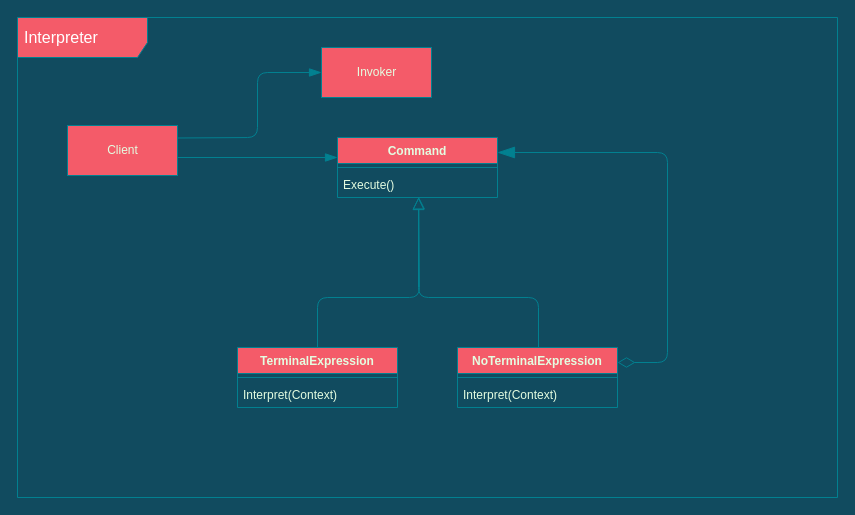
The draw.io diagram rhca.drawio in fanyixuanf/rhca, before the edit. Source tidied: cells renumbered, new cells numbered last; positions are measured from the earlier drawing's top-left corner, leaving out a move shared by most shapes. Both pictures are drawn from the tidied source at 100%, with x=0, y=0 at pixel (17, 17).
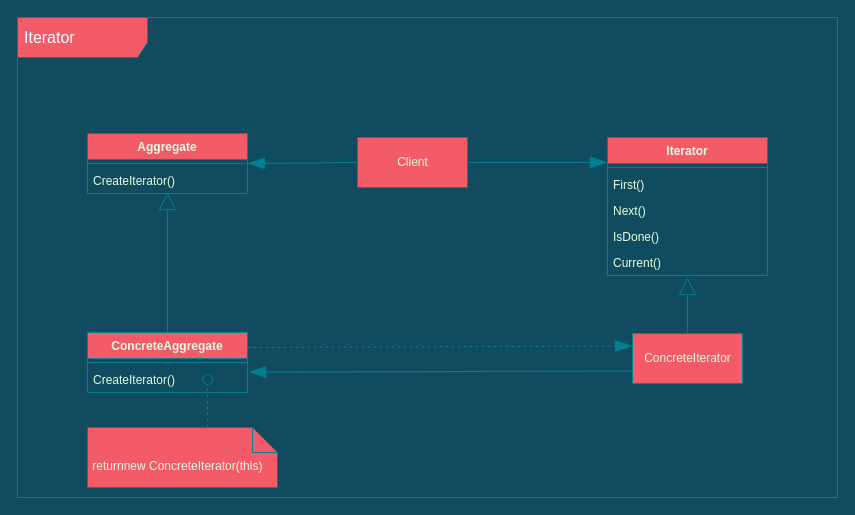
The same diagram, later.

The edit, as a diff of the source:
```diff
@@
-    <mxCell id="2" value="&lt;font color=&quot;#ffffff&quot;&gt;&lt;span style=&quot;font-size: 16px&quot;&gt;Interpreter&lt;/span&gt;&lt;/font&gt;" style="shape=umlFrame;whiteSpace=wrap;html=1;width=130;height=40;boundedLbl=1;verticalAlign=middle;align=left;spacingLeft=5;fillColor=#F45B69;strokeColor=#028090;fontColor=#E4FDE1;" parent="1" vertex="1">
+    <mxCell id="2" value="&lt;font color=&quot;#ffffff&quot;&gt;&lt;span style=&quot;font-size: 16px&quot;&gt;Iterator&lt;/span&gt;&lt;/font&gt;" style="shape=umlFrame;whiteSpace=wrap;html=1;width=130;height=40;boundedLbl=1;verticalAlign=middle;align=left;spacingLeft=5;fillColor=#F45B69;strokeColor=#028090;fontColor=#E4FDE1;" parent="1" vertex="1">
       <mxGeometry width="820" height="480" as="geometry" />
     </mxCell>
-    <mxCell id="3" value="Command" style="swimlane;fontStyle=1;align=center;verticalAlign=top;horizontal=1;startSize=26;rounded=0;sketch=0;fontColor=#E4FDE1;strokeColor=#028090;fillColor=#F45B69;" parent="1" vertex="1">
-      <mxGeometry x="320" y="120" width="160" height="60" as="geometry" />
+    <mxCell id="3" value="Aggregate" style="swimlane;fontStyle=1;align=center;verticalAlign=top;horizontal=1;startSize=26;rounded=0;sketch=0;fontColor=#E4FDE1;strokeColor=#028090;fillColor=#F45B69;" parent="1" vertex="1">
+      <mxGeometry x="70" y="116" width="160" height="60" as="geometry" />
     </mxCell>
@@
-    <mxCell id="5" value="Execute()" style="text;strokeColor=none;fillColor=none;align=left;verticalAlign=top;spacingLeft=4;spacingRight=4;overflow=hidden;points=[[0,0.5],[1,0.5]];portConstraint=eastwest;rounded=0;sketch=0;fontColor=#E4FDE1;" parent="3" vertex="1">
+    <mxCell id="5" value="CreateIterator()" style="text;strokeColor=none;fillColor=none;align=left;verticalAlign=top;spacingLeft=4;spacingRight=4;overflow=hidden;points=[[0,0.5],[1,0.5]];portConstraint=eastwest;rounded=0;sketch=0;fontColor=#E4FDE1;" parent="3" vertex="1">
       <mxGeometry y="34" width="160" height="26" as="geometry" />
     </mxCell>
     <mxCell id="6" value="Client" style="html=1;rounded=0;sketch=0;fontColor=#E4FDE1;strokeColor=#028090;fillColor=#F45B69;" parent="1" vertex="1">
-      <mxGeometry x="50" y="108" width="110" height="50" as="geometry" />
+      <mxGeometry x="340" y="120" width="110" height="50" as="geometry" />
     </mxCell>
-    <mxCell id="7" value="Invoker" style="html=1;rounded=0;sketch=0;fontColor=#E4FDE1;strokeColor=#028090;fillColor=#F45B69;" parent="1" vertex="1">
-      <mxGeometry x="304" y="30" width="110" height="50" as="geometry" />
-    </mxCell>
-    <mxCell id="8" value="NoTerminalExpression" style="swimlane;fontStyle=1;align=center;verticalAlign=top;horizontal=1;startSize=26;rounded=0;sketch=0;fontColor=#E4FDE1;strokeColor=#028090;fillColor=#F45B69;" parent="1" vertex="1">
-      <mxGeometry x="440" y="330" width="160" height="60" as="geometry" />
-    </mxCell>
-    <mxCell id="9" style="line;strokeWidth=1;fillColor=none;align=left;verticalAlign=middle;spacingTop=-1;spacingLeft=3;spacingRight=3;labelPosition=right;points=[];portConstraint=eastwest;rounded=0;sketch=0;fontColor=#E4FDE1;strokeColor=#028090;labelBackgroundColor=#114B5F;" parent="8" vertex="1">
-      <mxGeometry y="26" width="160" height="8" as="geometry" />
-    </mxCell>
-    <mxCell id="10" value="Interpret(Context)" style="text;strokeColor=none;fillColor=none;align=left;verticalAlign=top;spacingLeft=4;spacingRight=4;overflow=hidden;rounded=0;sketch=0;fontColor=#E4FDE1;" parent="8" vertex="1">
-      <mxGeometry y="34" width="160" height="26" as="geometry" />
-    </mxCell>
-    <mxCell id="11" value="TerminalExpression" style="swimlane;fontStyle=1;align=center;verticalAlign=top;horizontal=1;startSize=26;rounded=0;sketch=0;fontColor=#E4FDE1;strokeColor=#028090;fillColor=#F45B69;" parent="1" vertex="1">
-      <mxGeometry x="220" y="330" width="160" height="60" as="geometry" />
+    <mxCell id="11" value="ConcreteAggregate" style="swimlane;fontStyle=1;align=center;verticalAlign=top;horizontal=1;startSize=26;rounded=0;sketch=0;fontColor=#E4FDE1;strokeColor=#028090;fillColor=#F45B69;" parent="1" vertex="1">
+      <mxGeometry x="70" y="315" width="160" height="60" as="geometry" />
     </mxCell>
@@
-    <mxCell id="13" value="Interpret(Context)" style="text;strokeColor=none;fillColor=none;align=left;verticalAlign=top;spacingLeft=4;spacingRight=4;overflow=hidden;points=[[0,0.5],[1,0.5]];portConstraint=eastwest;rounded=0;sketch=0;fontColor=#E4FDE1;" parent="11" vertex="1">
+    <mxCell id="13" value="CreateIterator()" style="text;strokeColor=none;fillColor=none;align=left;verticalAlign=top;spacingLeft=4;spacingRight=4;overflow=hidden;points=[[0,0.5],[1,0.5]];portConstraint=eastwest;rounded=0;sketch=0;fontColor=#E4FDE1;" parent="11" vertex="1">
       <mxGeometry y="34" width="160" height="26" as="geometry" />
     </mxCell>
-    <mxCell id="14" style="endArrow=blockThin;startArrow=none;endFill=1;startFill=0;endSize=10;html=1;verticalAlign=bottom;labelBackgroundColor=none;rounded=1;sketch=0;fontColor=#E4FDE1;strokeColor=#028090;fillColor=#F45B69;jumpSize=8;startSize=10;exitX=1;exitY=0.25;exitDx=0;exitDy=0;entryX=0;entryY=0.5;entryDx=0;entryDy=0;" parent="1" edge="1" source="6" target="7">
-      <mxGeometry relative="1" as="geometry">
-        <Array as="points">
-          <mxPoint x="240" y="120" />
-          <mxPoint x="240" y="55" />
-        </Array>
-      </mxGeometry>
-    </mxCell>
-    <mxCell id="15" style="html=1;verticalAlign=bottom;labelBackgroundColor=none;endArrow=blockThin;endFill=1;rounded=1;sketch=0;fontColor=#E4FDE1;startSize=10;endSize=10;strokeColor=#028090;fillColor=#F45B69;jumpSize=8;" parent="1" edge="1">
-      <mxGeometry relative="1" as="geometry">
-        <mxPoint x="160" y="140" as="sourcePoint" />
-        <mxPoint x="320" y="140" as="targetPoint" />
-      </mxGeometry>
-    </mxCell>
-    <mxCell id="16" style="html=1;verticalAlign=bottom;labelBackgroundColor=none;endArrow=block;endFill=0;rounded=1;sketch=0;fontColor=#E4FDE1;startSize=10;endSize=10;strokeColor=#028090;fillColor=#F45B69;jumpSize=8;entryX=0.508;entryY=0.974;entryDx=0;entryDy=0;entryPerimeter=0;exitX=0.5;exitY=0;exitDx=0;exitDy=0;" parent="1" edge="1" source="11" target="5">
-      <mxGeometry relative="1" as="geometry">
-        <Array as="points">
-          <mxPoint x="300" y="280" />
-          <mxPoint x="402" y="280" />
-        </Array>
-      </mxGeometry>
-    </mxCell>
-    <mxCell id="17" style="html=1;verticalAlign=bottom;labelBackgroundColor=none;endArrow=block;endFill=0;rounded=1;sketch=0;fontColor=#E4FDE1;startSize=10;endSize=10;strokeColor=#028090;fillColor=#F45B69;jumpSize=8;exitX=0.5;exitY=0;exitDx=0;exitDy=0;" parent="1" edge="1">
-      <mxGeometry relative="1" as="geometry">
-        <mxPoint x="521" y="330" as="sourcePoint" />
-        <mxPoint x="401" y="180" as="targetPoint" />
-        <Array as="points">
-          <mxPoint x="521" y="280" />
-          <mxPoint x="401" y="280" />
-        </Array>
-      </mxGeometry>
-    </mxCell>
-    <mxCell id="18" style="endArrow=diamondThin;startArrow=blockThin;endFill=0;startFill=1;html=1;rounded=1;sketch=0;fontColor=#E4FDE1;startSize=15;endSize=15;strokeColor=#028090;fillColor=#F45B69;jumpSize=10;strokeWidth=1;targetPerimeterSpacing=10;sourcePerimeterSpacing=5;entryX=1;entryY=0.25;entryDx=0;entryDy=0;exitX=1;exitY=0.25;exitDx=0;exitDy=0;" parent="1" edge="1" source="3" target="8">
-      <mxGeometry relative="1" as="geometry">
-        <Array as="points">
-          <mxPoint x="650" y="135" />
-          <mxPoint x="650" y="345" />
-        </Array>
-      </mxGeometry>
-    </mxCell>
+    <mxCell id="19" value="Iterator" style="swimlane;fontStyle=1;align=center;verticalAlign=top;horizontal=1;startSize=26;rounded=0;sketch=0;fontColor=#E4FDE1;strokeColor=#028090;fillColor=#F45B69;" parent="1" vertex="1">
+      <mxGeometry x="590" y="120" width="160" height="138" as="geometry" />
+    </mxCell>
+    <mxCell id="9" style="line;strokeWidth=1;fillColor=none;align=left;verticalAlign=middle;spacingTop=-1;spacingLeft=3;spacingRight=3;labelPosition=right;points=[];portConstraint=eastwest;rounded=0;sketch=0;fontColor=#E4FDE1;strokeColor=#028090;labelBackgroundColor=#114B5F;" parent="19" vertex="1">
+      <mxGeometry y="26" width="160" height="8" as="geometry" />
+    </mxCell>
+    <mxCell id="20" value="First()" style="text;strokeColor=none;fillColor=none;align=left;verticalAlign=top;spacingLeft=4;spacingRight=4;overflow=hidden;rounded=0;sketch=0;fontColor=#E4FDE1;" parent="19" vertex="1">
+      <mxGeometry y="34" width="160" height="26" as="geometry" />
+    </mxCell>
+    <mxCell id="21" value="Next()" style="text;strokeColor=none;fillColor=none;align=left;verticalAlign=top;spacingLeft=4;spacingRight=4;overflow=hidden;rounded=0;sketch=0;fontColor=#E4FDE1;" parent="19" vertex="1">
+      <mxGeometry y="60" width="160" height="26" as="geometry" />
+    </mxCell>
+    <mxCell id="22" value="IsDone()" style="text;strokeColor=none;fillColor=none;align=left;verticalAlign=top;spacingLeft=4;spacingRight=4;overflow=hidden;rounded=0;sketch=0;fontColor=#E4FDE1;" parent="19" vertex="1">
+      <mxGeometry y="86" width="160" height="26" as="geometry" />
+    </mxCell>
+    <mxCell id="23" value="Current()" style="text;strokeColor=none;fillColor=none;align=left;verticalAlign=top;spacingLeft=4;spacingRight=4;overflow=hidden;rounded=0;sketch=0;fontColor=#E4FDE1;" parent="19" vertex="1">
+      <mxGeometry y="112" width="160" height="26" as="geometry" />
+    </mxCell>
+    <mxCell id="24" value="ConcreteIterator" style="html=1;rounded=0;sketch=0;fontColor=#E4FDE1;strokeColor=#028090;fillColor=#F45B69;" parent="1" vertex="1">
+      <mxGeometry x="615" y="316" width="110" height="50" as="geometry" />
+    </mxCell>
+    <mxCell id="25" value="&amp;nbsp;returnnew ConcreteIterator(this)" style="shape=note2;boundedLbl=1;whiteSpace=wrap;html=1;size=25;verticalAlign=top;align=left;rounded=0;sketch=0;fontColor=#E4FDE1;strokeColor=#028090;fillColor=#F45B69;" parent="1" vertex="1">
+      <mxGeometry x="70" y="410" width="190" height="60" as="geometry" />
+    </mxCell>
+    <mxCell id="26" style="html=1;verticalAlign=bottom;labelBackgroundColor=none;endArrow=blockThin;endFill=1;rounded=1;sketch=0;fontColor=#E4FDE1;startSize=15;endSize=15;sourcePerimeterSpacing=5;targetPerimeterSpacing=10;strokeColor=#028090;strokeWidth=1;fillColor=#F45B69;jumpSize=10;exitX=1;exitY=0.5;exitDx=0;exitDy=0;entryX=0;entryY=-0.125;entryDx=0;entryDy=0;entryPerimeter=0;" parent="1" edge="1" source="6" target="9">
+      <mxGeometry relative="1" as="geometry" />
+    </mxCell>
+    <mxCell id="27" style="html=1;verticalAlign=bottom;labelBackgroundColor=none;endArrow=blockThin;endFill=1;rounded=1;sketch=0;fontColor=#E4FDE1;startSize=15;endSize=15;sourcePerimeterSpacing=5;targetPerimeterSpacing=10;strokeColor=#028090;strokeWidth=1;fillColor=#F45B69;jumpSize=10;exitX=0;exitY=0.5;exitDx=0;exitDy=0;entryX=1;entryY=0.5;entryDx=0;entryDy=0;" parent="1" edge="1" source="6" target="3">
+      <mxGeometry relative="1" as="geometry" />
+    </mxCell>
+    <mxCell id="28" style="html=1;verticalAlign=bottom;labelBackgroundColor=none;endArrow=blockThin;endFill=1;rounded=1;sketch=0;fontColor=#E4FDE1;startSize=15;endSize=15;sourcePerimeterSpacing=5;targetPerimeterSpacing=10;strokeColor=#028090;strokeWidth=1;fillColor=#F45B69;jumpSize=10;exitX=0;exitY=0.75;exitDx=0;exitDy=0;entryX=1.008;entryY=0.218;entryDx=0;entryDy=0;entryPerimeter=0;" parent="1" edge="1" source="24" target="13">
+      <mxGeometry relative="1" as="geometry" />
+    </mxCell>
+    <mxCell id="29" style="html=1;verticalAlign=bottom;labelBackgroundColor=none;endArrow=blockThin;endFill=1;rounded=1;sketch=0;fontColor=#E4FDE1;startSize=15;endSize=15;sourcePerimeterSpacing=5;targetPerimeterSpacing=10;strokeColor=#028090;strokeWidth=1;fillColor=#F45B69;jumpSize=10;exitX=1;exitY=0.25;exitDx=0;exitDy=0;entryX=0;entryY=0.25;entryDx=0;entryDy=0;dashed=1;" parent="1" edge="1" source="11" target="24">
+      <mxGeometry relative="1" as="geometry" />
+    </mxCell>
+    <mxCell id="30" style="html=1;verticalAlign=bottom;labelBackgroundColor=none;endArrow=block;endFill=0;rounded=1;sketch=0;fontColor=#E4FDE1;startSize=15;endSize=15;sourcePerimeterSpacing=5;targetPerimeterSpacing=10;strokeColor=#028090;strokeWidth=1;fillColor=#F45B69;jumpSize=10;exitX=0.5;exitY=0;exitDx=0;exitDy=0;" parent="1" edge="1" source="11">
+      <mxGeometry relative="1" as="geometry">
+        <mxPoint x="150" y="175" as="targetPoint" />
+        <Array as="points">
+          <mxPoint x="150" y="195" />
+        </Array>
+      </mxGeometry>
+    </mxCell>
+    <mxCell id="31" style="html=1;verticalAlign=bottom;labelBackgroundColor=none;endArrow=block;endFill=0;rounded=1;sketch=0;fontColor=#E4FDE1;startSize=15;endSize=15;sourcePerimeterSpacing=5;targetPerimeterSpacing=10;strokeColor=#028090;strokeWidth=1;fillColor=#F45B69;jumpSize=10;exitX=0.5;exitY=0;exitDx=0;exitDy=0;" parent="1" edge="1" source="24">
+      <mxGeometry relative="1" as="geometry">
+        <mxPoint x="670" y="260" as="targetPoint" />
+      </mxGeometry>
+    </mxCell>
+    <mxCell id="32" style="html=1;verticalAlign=bottom;labelBackgroundColor=none;endArrow=oval;endFill=0;rounded=1;sketch=0;fontColor=#E4FDE1;startSize=15;endSize=10;sourcePerimeterSpacing=5;targetPerimeterSpacing=10;strokeColor=#028090;strokeWidth=1;fillColor=#F45B69;jumpSize=10;exitX=0.632;exitY=0;exitDx=0;exitDy=0;exitPerimeter=0;dashed=1;" parent="1" edge="1" source="25">
+      <mxGeometry relative="1" as="geometry">
+        <mxPoint x="190" y="362" as="targetPoint" />
+      </mxGeometry>
+    </mxCell>
```
